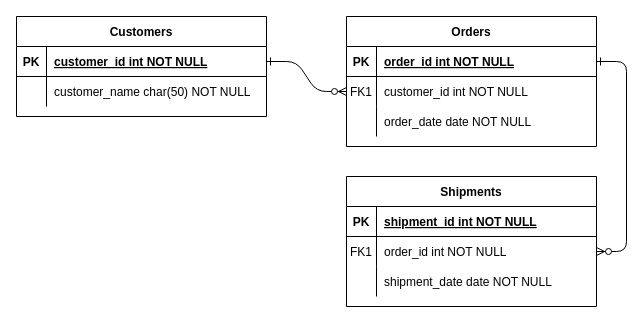
Before: Untitled Diagram.drawio in AbegShare/db-diagram, a draw.io diagram. Source tidied: cells renumbered, new cells numbered last; positions are measured from the earlier drawing's top-left corner, leaving out a move shared by most shapes. Both pictures are drawn from the tidied source at 100%, with x=0, y=0 at pixel (16, 16).
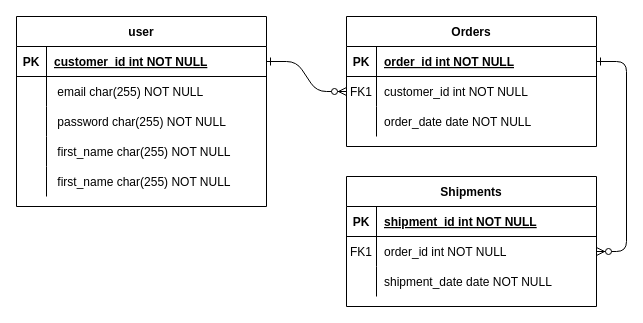
The same page after the edit.

The change refers to these unchanged cells:
```xml
<mxCell id="28" style="shape=partialRectangle;fillColor=none;top=0;left=0;right=0;bottom=0;" parent="24" vertex="1">
  <mxGeometry y="60" width="250" height="30" as="geometry" />
</mxCell>
```

Diff of the diagram source:
```diff
@@
-    <mxCell id="24" value="Customers" style="shape=table;startSize=30;childLayout=tableLayout;rowLines=0;fontStyle=1;align=center;" parent="1" vertex="1">
-      <mxGeometry width="250" height="100" as="geometry" />
+    <mxCell id="24" value="user" style="shape=table;startSize=30;childLayout=tableLayout;rowLines=0;fontStyle=1;align=center;" parent="1" vertex="1">
+      <mxGeometry width="250" height="190" as="geometry" />
     </mxCell>
@@
-    <mxCell id="30" value="customer_name char(50) NOT NULL" style="shape=partialRectangle;overflow=hidden;fillColor=none;top=0;left=0;bottom=0;right=0;align=left;spacingLeft=6;" parent="28" vertex="1">
+    <mxCell id="30" value=" email char(255) NOT NULL" style="shape=partialRectangle;overflow=hidden;fillColor=none;top=0;left=0;bottom=0;right=0;align=left;spacingLeft=6;" parent="28" vertex="1">
       <mxGeometry x="30" width="220" height="30" as="geometry" />
     </mxCell>
+    <mxCell id="31" style="shape=partialRectangle;fillColor=none;top=0;left=0;right=0;bottom=0;" parent="24" vertex="1">
+      <mxGeometry y="90" width="250" height="30" as="geometry" />
+    </mxCell>
+    <mxCell id="32" style="shape=partialRectangle;overflow=hidden;fillColor=none;top=0;left=0;bottom=0;right=0;" parent="31" vertex="1">
+      <mxGeometry width="30" height="30" as="geometry" />
+    </mxCell>
+    <mxCell id="33" value=" password char(255) NOT NULL" style="shape=partialRectangle;overflow=hidden;fillColor=none;top=0;left=0;bottom=0;right=0;align=left;spacingLeft=6;" parent="31" vertex="1">
+      <mxGeometry x="30" width="220" height="30" as="geometry" />
+    </mxCell>
+    <mxCell id="34" style="shape=partialRectangle;fillColor=none;top=0;left=0;right=0;bottom=0;" parent="24" vertex="1">
+      <mxGeometry y="120" width="250" height="30" as="geometry" />
+    </mxCell>
+    <mxCell id="35" style="shape=partialRectangle;overflow=hidden;fillColor=none;top=0;left=0;bottom=0;right=0;" parent="34" vertex="1">
+      <mxGeometry width="30" height="30" as="geometry" />
+    </mxCell>
+    <mxCell id="36" value=" first_name char(255) NOT NULL" style="shape=partialRectangle;overflow=hidden;fillColor=none;top=0;left=0;bottom=0;right=0;align=left;spacingLeft=6;" parent="34" vertex="1">
+      <mxGeometry x="30" width="220" height="30" as="geometry" />
+    </mxCell>
+    <mxCell id="37" style="shape=partialRectangle;fillColor=none;top=0;left=0;right=0;bottom=0;" parent="24" vertex="1">
+      <mxGeometry y="150" width="250" height="30" as="geometry" />
+    </mxCell>
+    <mxCell id="38" style="shape=partialRectangle;overflow=hidden;fillColor=none;top=0;left=0;bottom=0;right=0;" parent="37" vertex="1">
+      <mxGeometry width="30" height="30" as="geometry" />
+    </mxCell>
+    <mxCell id="39" value=" first_name char(255) NOT NULL" style="shape=partialRectangle;overflow=hidden;fillColor=none;top=0;left=0;bottom=0;right=0;align=left;spacingLeft=6;" parent="37" vertex="1">
+      <mxGeometry x="30" width="220" height="30" as="geometry" />
+    </mxCell>
```
